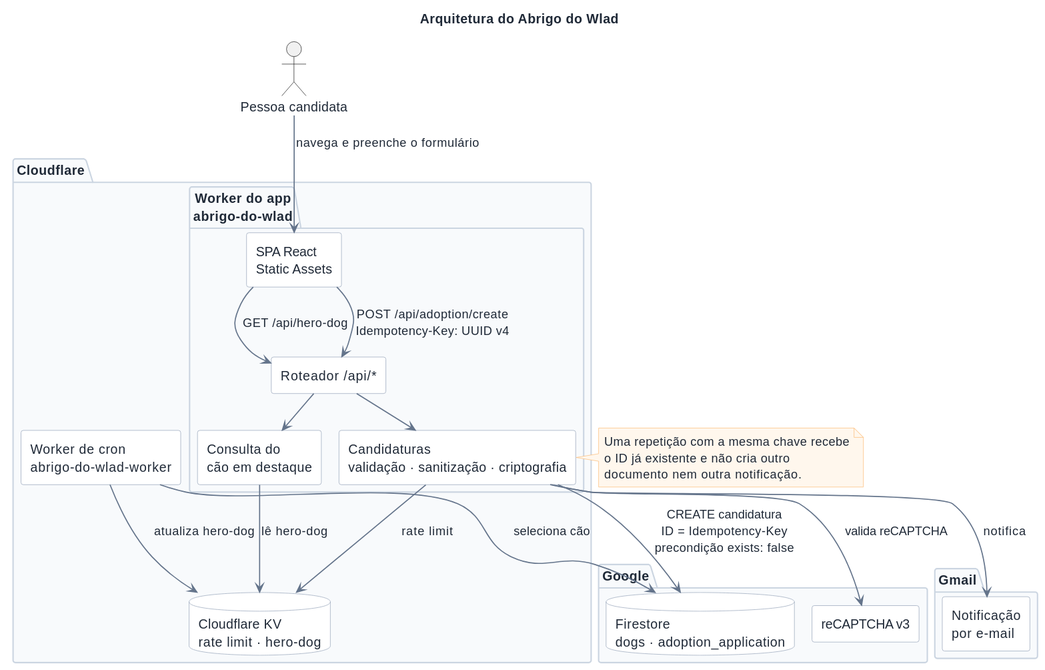
Above: docs/architecture.svg in spantalho/abrigo-do-wlad (PlantUML), before the change.
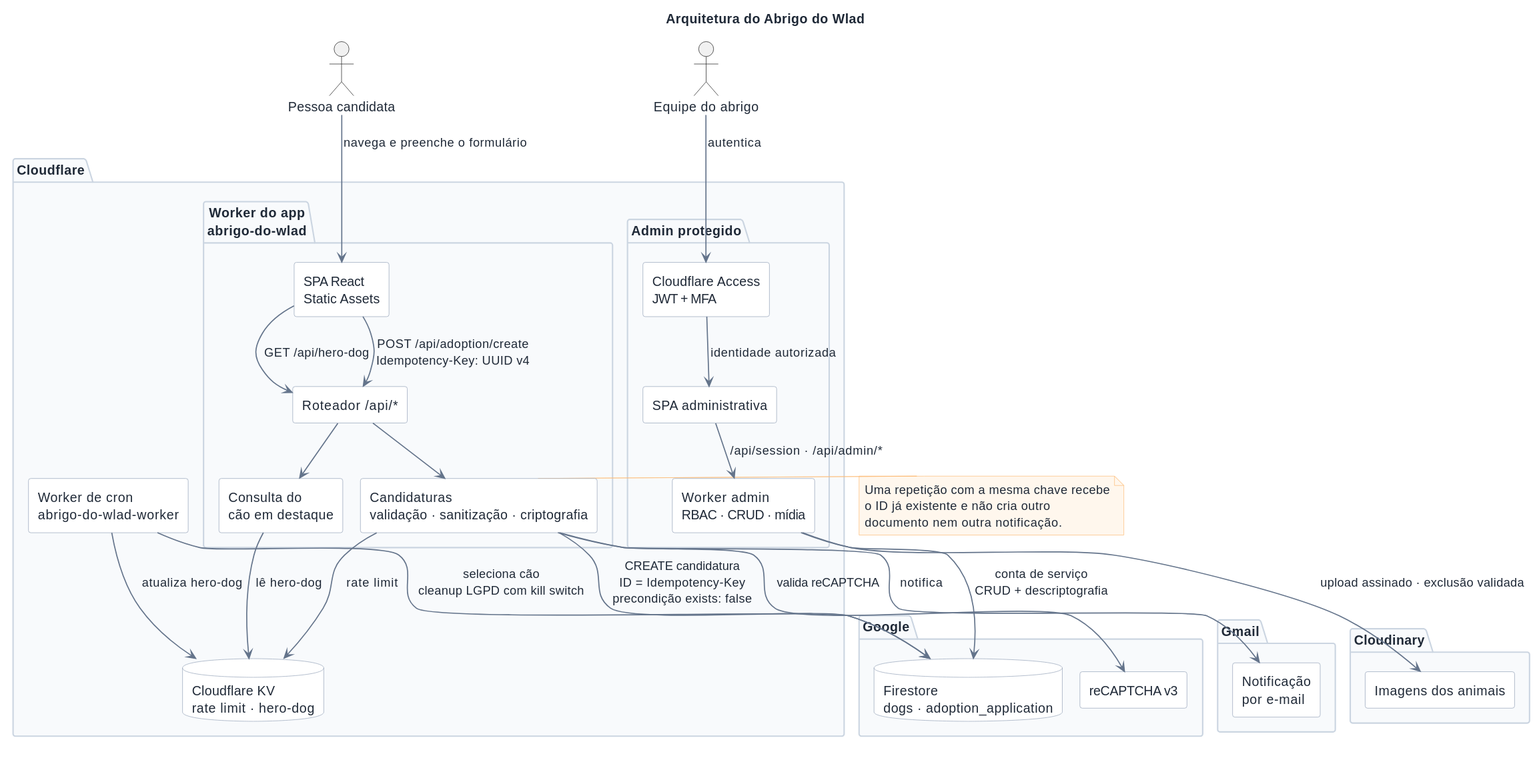
The same file after the commit.

What changed in the source:
```diff
@@ -19,6 +19,7 @@
 skinparam noteBackgroundColor #FFF7ED
 
 actor "Pessoa candidata" as candidate
+actor "Equipe do abrigo" as staff
 
 package "Cloudflare" as cloudflare {
   package "Worker do app\nabrigo-do-wlad" as app_worker {
@@ -29,6 +30,11 @@
   }
 
   component "Worker de cron\nabrigo-do-wlad-worker" as cron
+  package "Admin protegido" as admin_app {
+    component "Cloudflare Access\nJWT + MFA" as access
+    component "SPA administrativa" as admin_spa
+    component "Worker admin\nRBAC · CRUD · mídia" as admin_worker
+  }
   database "Cloudflare KV\nrate limit · hero-dog" as kv
 }
 
@@ -37,11 +43,20 @@
   database "Firestore\ndogs · adoption_application" as firestore
 }
 
+package "Cloudinary" as cloudinary {
+  component "Imagens dos animais" as images
+}
+
 package "Gmail" as gmail {
   component "Notificação\npor e-mail" as email
 }
 
 candidate --> spa : navega e preenche o formulário
+staff --> access : autentica
+access --> admin_spa : identidade autorizada
+admin_spa --> admin_worker : /api/session · /api/admin/*
+admin_worker --> firestore : conta de serviço\nCRUD + descriptografia
+admin_worker --> images : upload assinado · exclusão validada
 spa --> router : GET /api/hero-dog
 router --> hero_api
 hero_api --> kv : lê hero-dog
@@ -53,7 +68,7 @@
 adoption --> firestore : CREATE candidatura\nID = Idempotency-Key\nprecondição exists: false
 adoption --> email : notifica
 
-cron --> firestore : seleciona cão
+cron --> firestore : seleciona cão\ncleanup LGPD com kill switch
 cron --> kv : atualiza hero-dog
 
 note right of adoption
```
